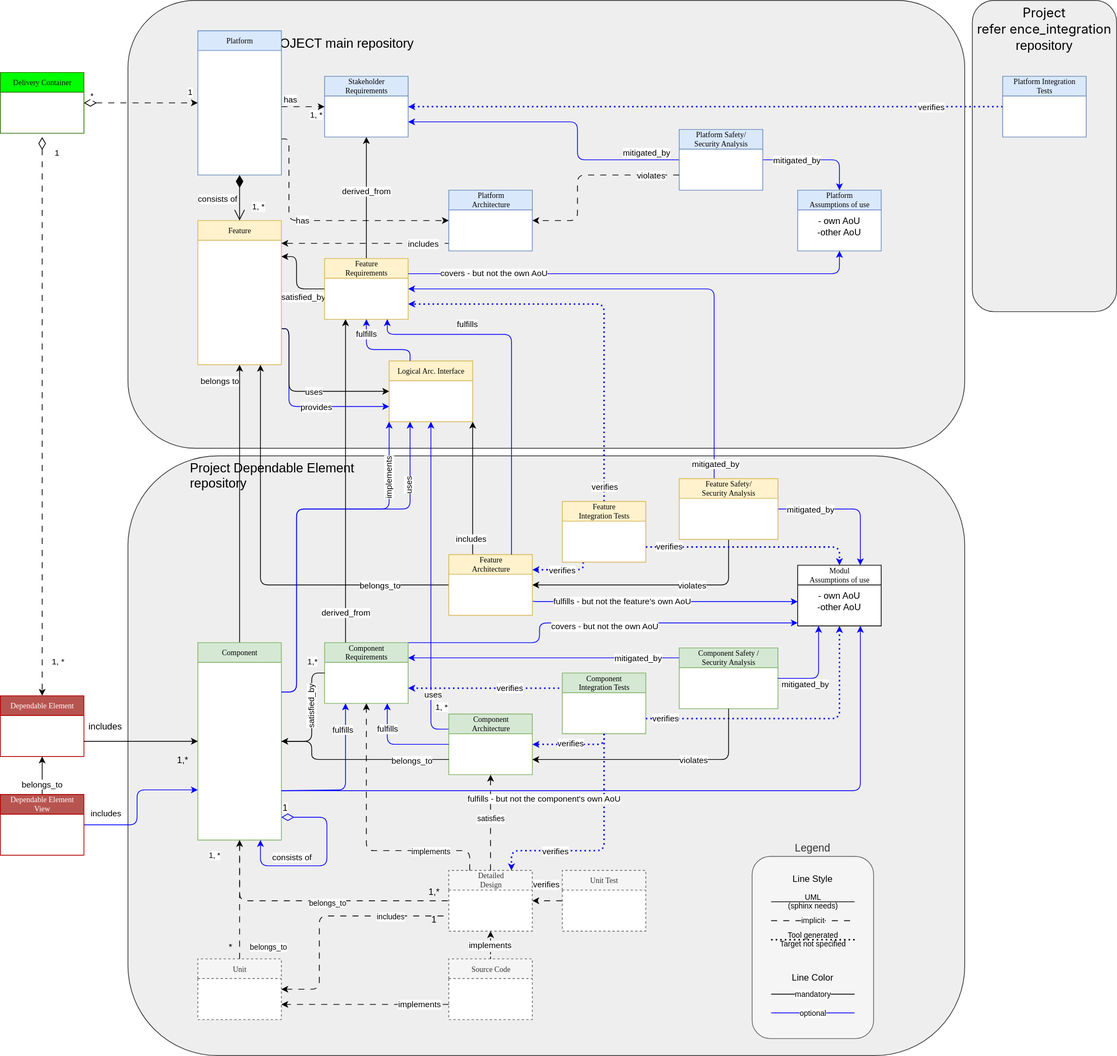
This is pr-754/_images/score_building_blocks_meta_model_deployment_example.drawio.svg from eclipse-score/process_description, a draw.io export, as it was before one commit. Source tidied: cells renumbered, new cells last; positions are measured from the earlier drawing's top-left corner, leaving out a move shared by most shapes.
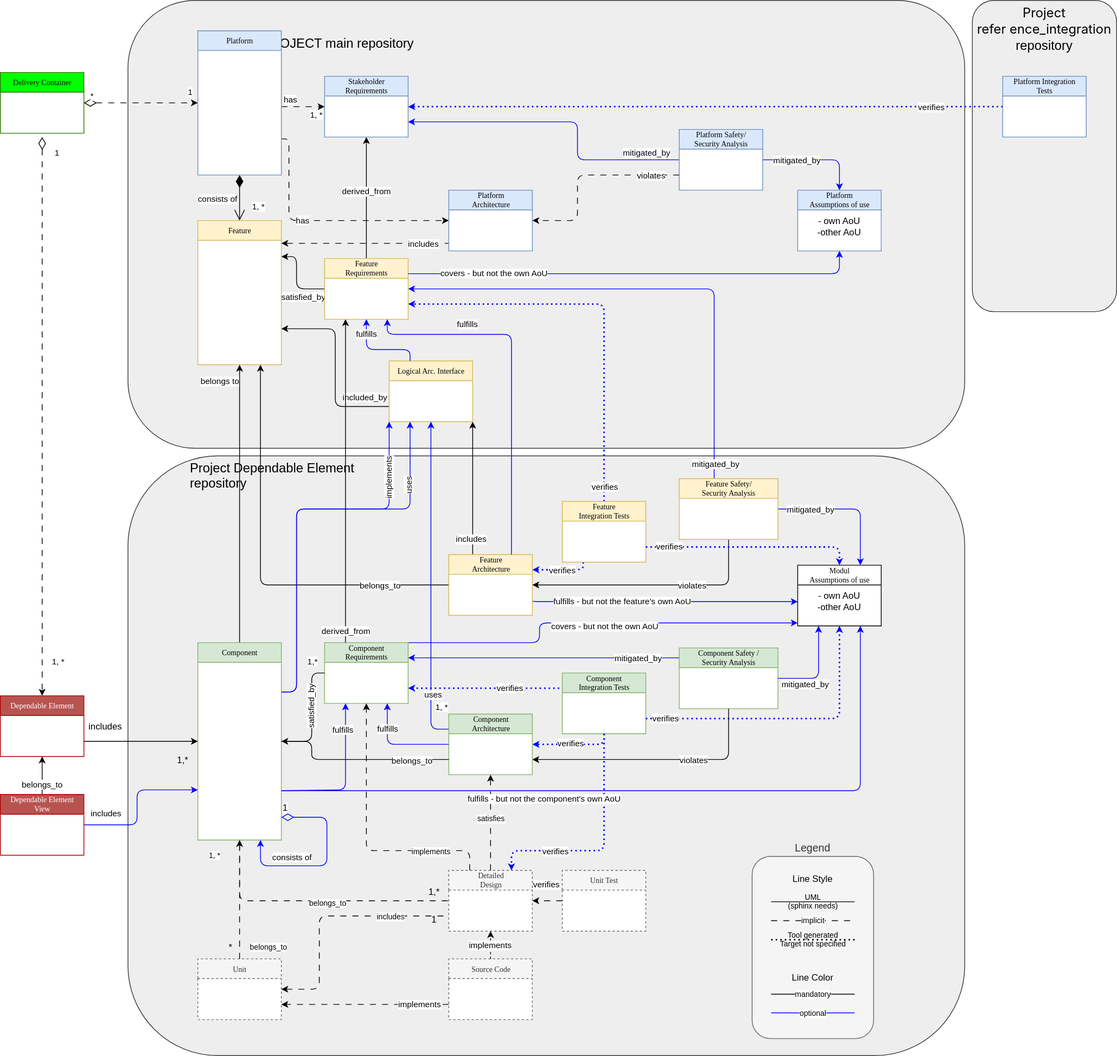
The same diagram one commit later.

Change to the diagram source:
```diff
@@ -28,28 +28,6 @@
         <mxPoint x="-20" y="13" as="offset" />
       </mxGeometry>
     </mxCell>
-    <mxCell id="8" style="edgeStyle=orthogonalEdgeStyle;html=1;exitX=1;exitY=0.75;exitDx=0;exitDy=0;entryX=0;entryY=0.75;entryDx=0;entryDy=0;strokeColor=#0000FF;" parent="1" edge="1" source="12" target="106">
-      <mxGeometry x="0.25" y="20" relative="1" as="geometry">
-        <Array as="points">
-          <mxPoint x="380" y="433" />
-          <mxPoint x="380" y="535" />
-        </Array>
-      </mxGeometry>
-    </mxCell>
-    <mxCell id="9" value="provides" style="edgeLabel;html=1;align=center;verticalAlign=middle;" parent="8" vertex="1">
-      <mxGeometry x="0.21" relative="1" as="geometry" />
-    </mxCell>
-    <mxCell id="10" style="edgeStyle=orthogonalEdgeStyle;rounded=1;jettySize=auto;html=1;exitX=1;exitY=0.75;exitDx=0;exitDy=0;entryX=0;entryY=0.5;entryDx=0;entryDy=0;curved=0;" parent="1" edge="1" source="12" target="106">
-      <mxGeometry relative="1" as="geometry">
-        <Array as="points">
-          <mxPoint x="380" y="433" />
-          <mxPoint x="380" y="515" />
-        </Array>
-      </mxGeometry>
-    </mxCell>
-    <mxCell id="11" value="uses" style="edgeLabel;html=1;align=center;verticalAlign=middle;" parent="10" vertex="1">
-      <mxGeometry x="0.11" relative="1" as="geometry" />
-    </mxCell>
     <mxCell id="12" value="Feature" style="swimlane;html=1;fontStyle=0;horizontal=1;startSize=26;fillColor=#fff2cc;swimlaneFillColor=#ffffff;rounded=0;shadow=0;comic=0;labelBackgroundColor=none;strokeWidth=1;fontFamily=Verdana;fontSize=10;align=center;strokeColor=#d6b656;" parent="1" vertex="1">
       <mxGeometry x="260" y="290" width="110" height="190" as="geometry" />
     </mxCell>
@@ -503,6 +481,9 @@
     <mxCell id="105" value="&lt;span style=&quot;&quot;&gt;violates&lt;/span&gt;" style="edgeLabel;html=1;align=center;verticalAlign=middle;labelBackgroundColor=default;rounded=1;dashed=1;dashPattern=8 8;strokeColor=default;fontFamily=Helvetica;fontSize=11;fontColor=default;" parent="104" vertex="1">
       <mxGeometry x="-0.7" relative="1" as="geometry" />
     </mxCell>
+    <mxCell id="154" value="included_by" style="edgeStyle=orthogonalEdgeStyle;html=1;exitX=0;exitY=0.75;exitDx=0;exitDy=0;entryX=1;entryY=0.75;entryDx=0;entryDy=0;verticalAlign=top;" parent="1" edge="1" source="106" target="12">
+      <mxGeometry x="-0.74" y="-25" relative="1" as="geometry" />
+    </mxCell>
     <mxCell id="106" value="Logical Arc. Interface" style="swimlane;html=1;fontStyle=0;horizontal=1;startSize=26;fillColor=#fff2cc;swimlaneFillColor=#ffffff;rounded=0;shadow=0;comic=0;labelBackgroundColor=none;strokeWidth=1;fontFamily=Verdana;fontSize=10;align=center;strokeColor=#d6b656;" parent="1" vertex="1">
       <mxGeometry x="512" y="475" width="110" height="80" as="geometry" />
     </mxCell>
@@ -671,7 +652,7 @@
     </mxCell>
     <mxCell id="139" value="&lt;span style=&quot;caret-color: rgb(0, 0, 0);&quot;&gt;derived_from&lt;/span&gt;" style="edgeLabel;html=1;align=center;verticalAlign=middle;" parent="138" vertex="1">
       <mxGeometry x="-0.81" y="1" relative="1" as="geometry">
-        <mxPoint x="1" as="offset" />
+        <mxPoint x="1" y="24" as="offset" />
       </mxGeometry>
     </mxCell>
     <mxCell id="140" value="Feature&lt;br&gt;Requirements" style="swimlane;html=1;fontStyle=0;horizontal=1;startSize=26;fillColor=#fff2cc;swimlaneFillColor=#ffffff;rounded=0;shadow=0;comic=0;labelBackgroundColor=none;strokeWidth=1;fontFamily=Verdana;fontSize=10;align=center;strokeColor=#d6b656;" parent="1" vertex="1">
```
